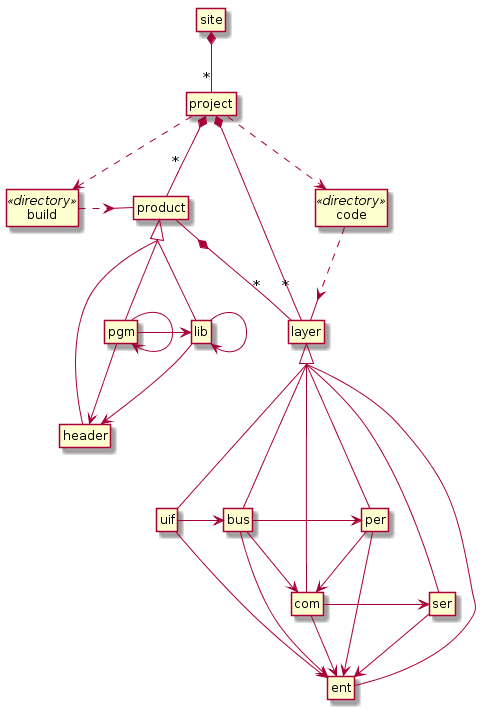
Before: documentation/software_structure/struct02.png, a diagram exported from PlantUML (rodrigocanellas/tenacitas).
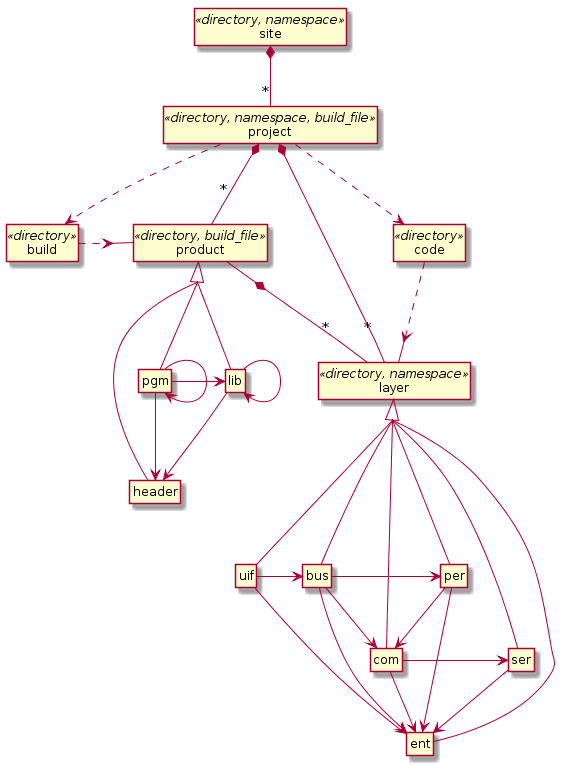
Above is the later version.

What changed in the source:
```diff
@@ -5,6 +5,11 @@
 hide circle
 
 skinparam groupInheritance 3
+
+class site <<directory, namespace>>
+class project <<directory, namespace, build_file>>
+class product <<directory, build_file>>
+class layer <<directory, namespace>>
 
 site *-- "*" project
 project *-- "*" layer
```
